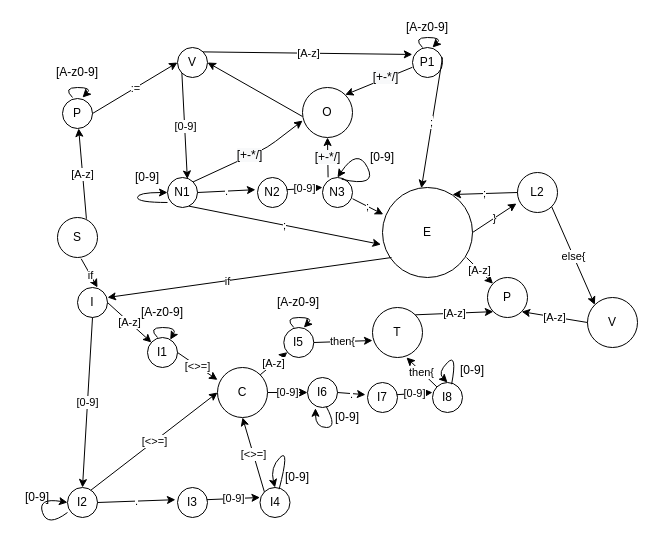
Above: Untitled Diagram.drawio in xDSUP/6_password_strength (draw.io), before the change. Source tidied: cells renumbered, new cells numbered last; positions are measured from the earlier drawing's top-left corner, leaving out a move shared by most shapes. Both pictures are drawn from the tidied source at 100%, with x=0, y=0 at pixel (17, 17).
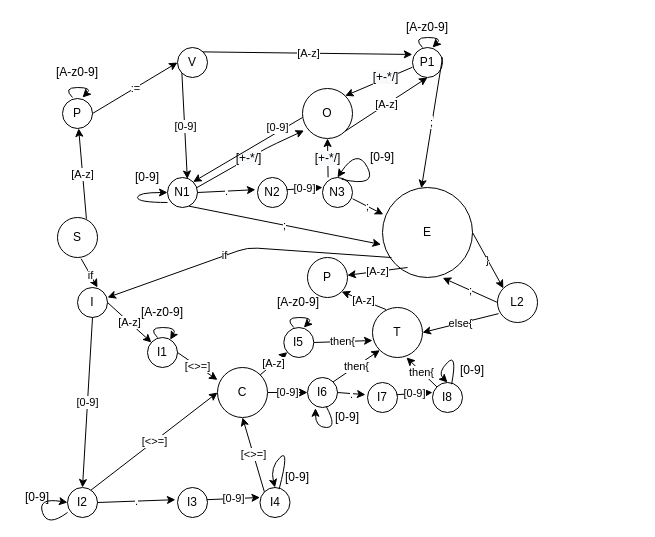
The same diagram, later.

The change refers to these unchanged cells:
```xml
<mxCell id="9" value="V" style="ellipse;whiteSpace=wrap;html=1;" parent="1" vertex="1">
  <mxGeometry x="160" y="30" width="30" height="30" as="geometry" />
</mxCell>
<mxCell id="11" value="N1" style="ellipse;whiteSpace=wrap;html=1;" parent="1" vertex="1">
  <mxGeometry x="150" y="160" width="30" height="30" as="geometry" />
</mxCell>
<mxCell id="31" value="P1" style="ellipse;whiteSpace=wrap;html=1;" parent="1" vertex="1">
  <mxGeometry x="395" y="30" width="30" height="30" as="geometry" />
</mxCell>
<mxCell id="37" value="E" style="ellipse;whiteSpace=wrap;html=1;" parent="1" vertex="1">
  <mxGeometry x="365" y="170" width="90" height="90" as="geometry" />
</mxCell>
<mxCell id="65" value="I6" style="ellipse;whiteSpace=wrap;html=1;" parent="1" vertex="1">
  <mxGeometry x="290" y="360" width="30" height="30" as="geometry" />
</mxCell>
<mxCell id="80" value="T" style="ellipse;whiteSpace=wrap;html=1;" parent="1" vertex="1">
  <mxGeometry x="355" y="290" width="50" height="50" as="geometry" />
</mxCell>
```

The edit, as a diff of the source:
```diff
@@
     <mxCell id="28" value="O" style="ellipse;whiteSpace=wrap;html=1;" parent="1" vertex="1">
-      <mxGeometry x="285" y="70" width="50" height="50" as="geometry" />
+      <mxGeometry x="285" y="71" width="50" height="50" as="geometry" />
     </mxCell>
-    <mxCell id="29" value="&lt;span style=&quot;font-size: 12px ; background-color: rgb(248 , 249 , 250)&quot;&gt;[+-*/]&lt;/span&gt;" style="endArrow=classic;html=1;entryX=0.002;entryY=0.662;entryDx=0;entryDy=0;entryPerimeter=0;exitX=1;exitY=0;exitDx=0;exitDy=0;" parent="1" edge="1" source="11" target="28">
+    <mxCell id="29" value="&lt;span style=&quot;font-size: 12px ; background-color: rgb(248 , 249 , 250)&quot;&gt;[+-*/]&lt;/span&gt;" style="endArrow=classic;html=1;entryX=0.03;entryY=0.84;entryDx=0;entryDy=0;entryPerimeter=0;exitX=0.967;exitY=0.344;exitDx=0;exitDy=0;exitPerimeter=0;" parent="1" edge="1" source="11" target="28">
       <mxGeometry x="-0.02" relative="1" as="geometry">
         <Array as="points">
           <mxPoint x="250" y="130" />
         </Array>
       </mxGeometry>
     </mxCell>
@@
-    <mxCell id="35" style="endArrow=classic;html=1;exitX=0;exitY=0.58;exitDx=0;exitDy=0;exitPerimeter=0;entryX=1;entryY=0.5;entryDx=0;entryDy=0;" parent="1" edge="1" source="28" target="9">
-      <mxGeometry relative="1" as="geometry" />
+    <mxCell id="35" value="[0-9]" style="endArrow=classic;html=1;exitX=0;exitY=0.58;exitDx=0;exitDy=0;exitPerimeter=0;entryX=1;entryY=0;entryDx=0;entryDy=0;" parent="1" edge="1" source="28" target="11">
+      <mxGeometry x="-0.57" y="-3" relative="1" as="geometry">
+        <mxPoint y="-1" as="offset" />
+      </mxGeometry>
     </mxCell>
@@
-    <mxCell id="40" value="[A-z]" style="endArrow=classic;html=1;exitX=0.933;exitY=0.778;exitDx=0;exitDy=0;exitPerimeter=0;" parent="1" edge="1" source="37" target="41">
+    <mxCell id="40" value="[A-z]" style="endArrow=classic;html=1;exitX=0.278;exitY=0.889;exitDx=0;exitDy=0;exitPerimeter=0;" parent="1" edge="1" source="37" target="41">
       <mxGeometry relative="1" as="geometry" />
     </mxCell>
     <mxCell id="41" value="P" style="ellipse;whiteSpace=wrap;html=1;" parent="1" vertex="1">
-      <mxGeometry x="470" y="260" width="40" height="40" as="geometry" />
+      <mxGeometry x="290" y="240" width="40" height="40" as="geometry" />
     </mxCell>
     <mxCell id="42" value="L2" style="ellipse;whiteSpace=wrap;html=1;" parent="1" vertex="1">
-      <mxGeometry x="500" y="155" width="40" height="40" as="geometry" />
+      <mxGeometry x="480" y="265" width="40" height="40" as="geometry" />
     </mxCell>
-    <mxCell id="43" value="}" style="endArrow=classic;html=1;exitX=1;exitY=0.5;exitDx=0;exitDy=0;entryX=-0.025;entryY=0.775;entryDx=0;entryDy=0;entryPerimeter=0;" parent="1" edge="1" source="37" target="42">
+    <mxCell id="43" value="}" style="endArrow=classic;html=1;exitX=1;exitY=0.5;exitDx=0;exitDy=0;entryX=0;entryY=0;entryDx=0;entryDy=0;" parent="1" edge="1" source="37" target="42">
       <mxGeometry relative="1" as="geometry" />
     </mxCell>
@@
-    <mxCell id="83" value="[A-z]" style="endArrow=classic;html=1;exitX=1;exitY=0;exitDx=0;exitDy=0;entryX=0;entryY=1;entryDx=0;entryDy=0;" parent="1" edge="1" source="80" target="41">
+    <mxCell id="83" value="[A-z]" style="endArrow=classic;html=1;exitX=0.27;exitY=0.04;exitDx=0;exitDy=0;entryX=1;entryY=1;entryDx=0;entryDy=0;exitPerimeter=0;" parent="1" edge="1" source="80" target="41">
       <mxGeometry relative="1" as="geometry" />
     </mxCell>
     <mxCell id="84" style="endArrow=classic;html=1;entryX=0.667;entryY=0;entryDx=0;entryDy=0;entryPerimeter=0;exitX=0.1;exitY=0.778;exitDx=0;exitDy=0;exitPerimeter=0;" parent="1" edge="1" source="37">
       <mxGeometry relative="1" as="geometry">
         <mxPoint x="90" y="280" as="targetPoint" />
+        <Array as="points">
+          <mxPoint x="230" y="230" />
+        </Array>
       </mxGeometry>
     </mxCell>
@@
-    <mxCell id="86" value=";" style="endArrow=classic;html=1;exitX=0;exitY=0.5;exitDx=0;exitDy=0;entryX=0.778;entryY=0.078;entryDx=0;entryDy=0;entryPerimeter=0;" parent="1" edge="1" source="42" target="37">
+    <mxCell id="86" value=";" style="endArrow=classic;html=1;exitX=0;exitY=0.5;exitDx=0;exitDy=0;entryX=0.669;entryY=1.004;entryDx=0;entryDy=0;entryPerimeter=0;" parent="1" edge="1" source="42" target="37">
       <mxGeometry relative="1" as="geometry" />
     </mxCell>
-    <mxCell id="87" value="V" style="ellipse;whiteSpace=wrap;html=1;" parent="1" vertex="1">
-      <mxGeometry x="570" y="280" width="50" height="50" as="geometry" />
-    </mxCell>
-    <mxCell id="88" value="else{" style="endArrow=classic;html=1;entryX=0;entryY=0;entryDx=0;entryDy=0;exitX=1;exitY=1;exitDx=0;exitDy=0;" parent="1" edge="1" source="42" target="87">
+    <mxCell id="88" value="else{" style="endArrow=classic;html=1;exitX=0.025;exitY=0.779;exitDx=0;exitDy=0;exitPerimeter=0;entryX=1;entryY=0.5;entryDx=0;entryDy=0;" parent="1" edge="1" source="42" target="80">
       <mxGeometry relative="1" as="geometry" />
     </mxCell>
-    <mxCell id="89" value="[A-z]" style="endArrow=classic;html=1;exitX=0;exitY=0.5;exitDx=0;exitDy=0;entryX=1;entryY=1;entryDx=0;entryDy=0;" parent="1" edge="1" source="87" target="41">
+    <mxCell id="89" value="[A-z]" style="endArrow=classic;html=1;exitX=1;exitY=1;exitDx=0;exitDy=0;entryX=0.5;entryY=1;entryDx=0;entryDy=0;" parent="1" edge="1" source="28" target="31">
       <mxGeometry relative="1" as="geometry" />
     </mxCell>
+    <mxCell id="90" value="then{" style="endArrow=classic;html=1;exitX=1;exitY=0;exitDx=0;exitDy=0;entryX=0;entryY=1;entryDx=0;entryDy=0;" parent="1" edge="1" source="65" target="80">
+      <mxGeometry relative="1" as="geometry" />
+    </mxCell>
```
